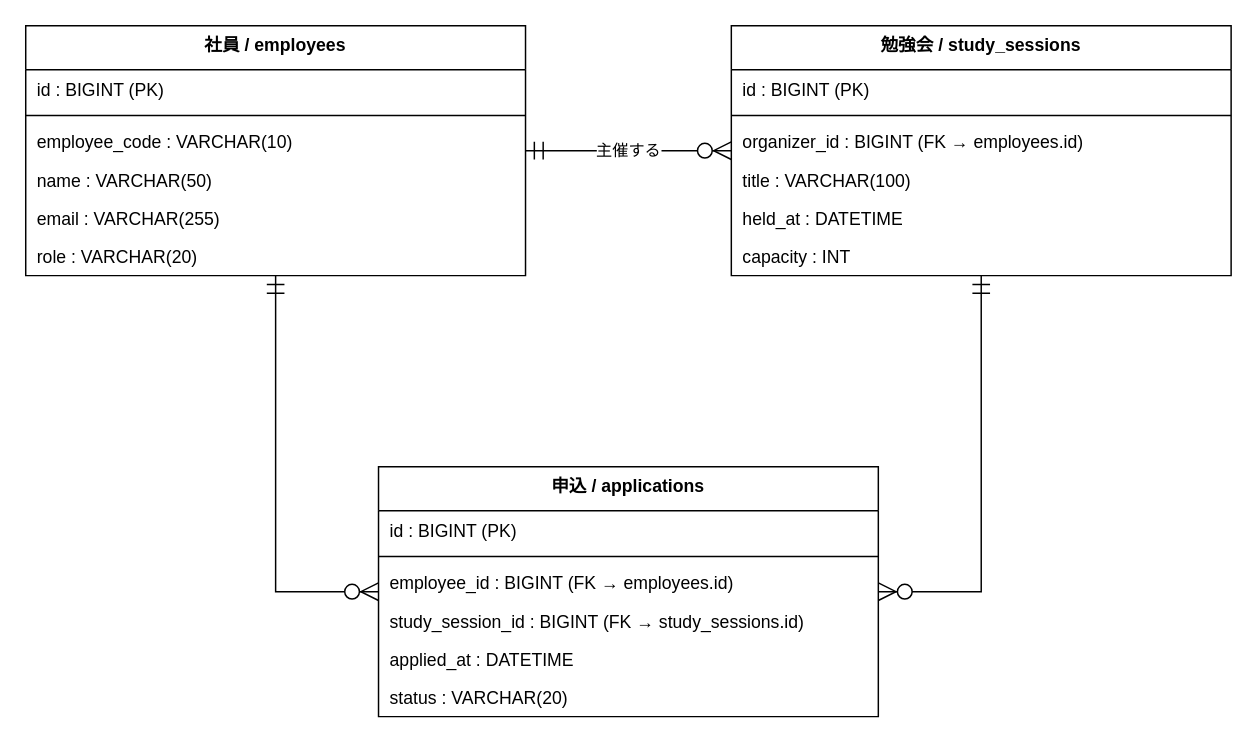
Earlier version of the draw.io diagram docs/diagrams/drawio/er-study.drawio (hiroshees/drawio-design-kit). Source tidied: cells renumbered, new cells numbered last; positions are measured from the earlier drawing's top-left corner, leaving out a move shared by most shapes. Both pictures are drawn from the tidied source at 147%, with x=0, y=0 at pixel (25, 25).
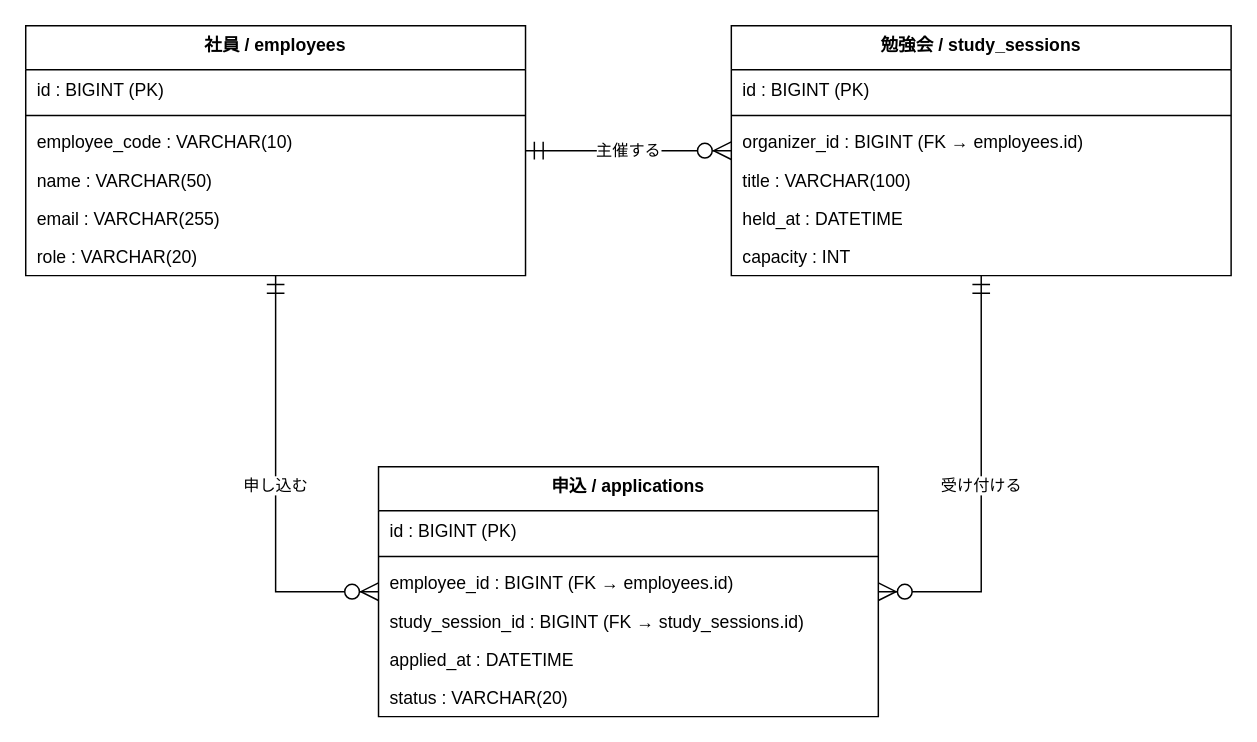
The same diagram, later.

The change refers to these unchanged cells:
```xml
<mxCell id="2" value="社員 / employees" style="swimlane;fontStyle=1;align=center;verticalAlign=top;horizontal=1;startSize=30;fillColor=#FFFFFF;strokeColor=#000000;" parent="1" vertex="1">
  <mxGeometry width="340" height="170" as="geometry" />
</mxCell>
<mxCell id="9" value="勉強会 / study_sessions" style="swimlane;fontStyle=1;align=center;verticalAlign=top;horizontal=1;startSize=30;fillColor=#FFFFFF;strokeColor=#000000;" parent="1" vertex="1">
  <mxGeometry x="480" width="340" height="170" as="geometry" />
</mxCell>
<mxCell id="16" value="申込 / applications" style="swimlane;fontStyle=1;align=center;verticalAlign=top;horizontal=1;startSize=30;fillColor=#FFFFFF;strokeColor=#000000;" parent="1" vertex="1">
  <mxGeometry x="240" y="300" width="340" height="170" as="geometry" />
</mxCell>
```

What changed in the source:
```diff
@@
-    <mxCell id="24" style="edgeStyle=orthogonalEdgeStyle;startArrow=ERmandOne;endArrow=ERzeroToMany;startSize=10;endSize=10;html=1;rounded=0;labelBackgroundColor=#FFFFFF;exitX=0.5;exitY=1;exitDx=0;exitDy=0;entryX=0;entryY=0.5;entryDx=0;entryDy=0;" parent="1" edge="1" source="2" target="16">
+    <mxCell id="24" value="申し込む" style="edgeStyle=orthogonalEdgeStyle;startArrow=ERmandOne;endArrow=ERzeroToMany;startSize=10;endSize=10;html=1;rounded=0;labelBackgroundColor=#FFFFFF;exitX=0.5;exitY=1;exitDx=0;exitDy=0;entryX=0;entryY=0.5;entryDx=0;entryDy=0;" parent="1" edge="1" source="2" target="16">
       <mxGeometry relative="1" as="geometry" />
     </mxCell>
-    <mxCell id="25" style="edgeStyle=orthogonalEdgeStyle;startArrow=ERmandOne;endArrow=ERzeroToMany;startSize=10;endSize=10;html=1;rounded=0;labelBackgroundColor=#FFFFFF;exitX=0.5;exitY=1;exitDx=0;exitDy=0;entryX=1;entryY=0.5;entryDx=0;entryDy=0;" parent="1" edge="1" source="9" target="16">
+    <mxCell id="25" value="受け付ける" style="edgeStyle=orthogonalEdgeStyle;startArrow=ERmandOne;endArrow=ERzeroToMany;startSize=10;endSize=10;html=1;rounded=0;labelBackgroundColor=#FFFFFF;exitX=0.5;exitY=1;exitDx=0;exitDy=0;entryX=1;entryY=0.5;entryDx=0;entryDy=0;" parent="1" edge="1" source="9" target="16">
       <mxGeometry relative="1" as="geometry" />
     </mxCell>
```
